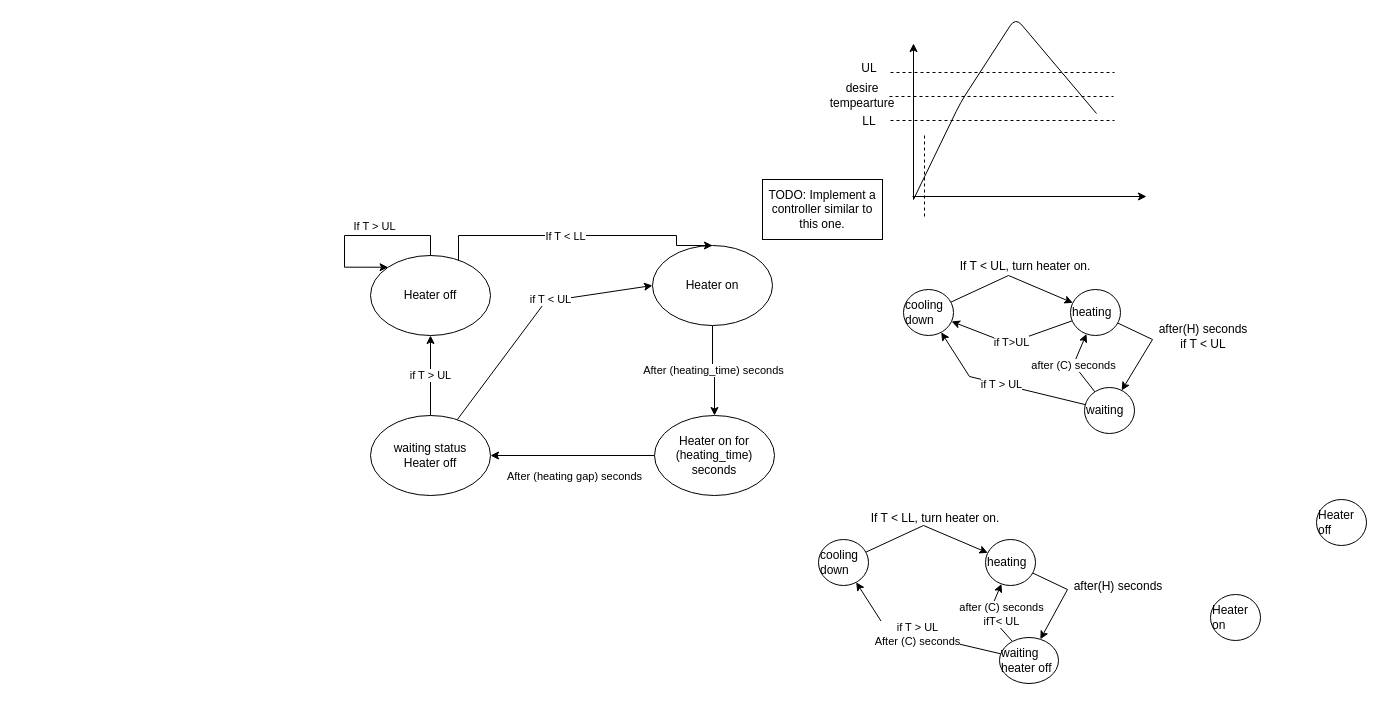
Earlier version of the draw.io diagram notes/meetings/20-11-2020 Hao Synch Incubator.drawio (INTO-CPS-Association/example_digital-twin_incubator). Source tidied: cells renumbered, new cells numbered last; positions are measured from the earlier drawing's top-left corner, leaving out a move shared by most shapes. Both pictures are drawn from the tidied source at 100%, with x=0, y=0 at pixel (344, 17).
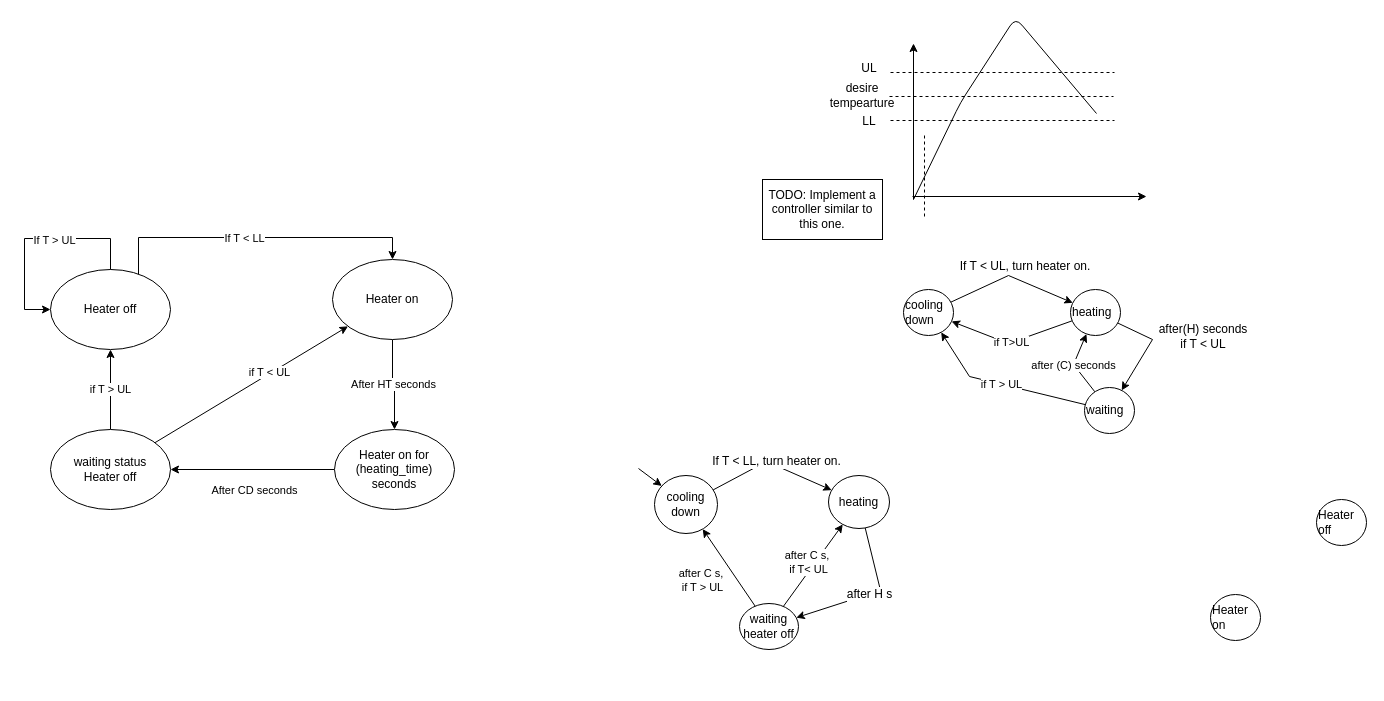
The same page after the edit.

The change refers to these unchanged cells:
```xml
<mxCell id="37" style="edgeStyle=orthogonalEdgeStyle;rounded=0;jettySize=auto;html=1;" parent="1" edge="1" source="39" target="43">
  <mxGeometry relative="1" as="geometry" />
</mxCell>
```

Change to the diagram source:
```diff
@@
-    <mxCell id="21" value="&lt;br&gt;If T &amp;lt; LL, turn heater on." style="text;html=1;strokeColor=none;fillColor=none;align=center;verticalAlign=middle;whiteSpace=wrap;rounded=0;" parent="1" vertex="1">
-      <mxGeometry x="491" y="480" width="200" height="26" as="geometry" />
-    </mxCell>
-    <mxCell id="22" style="rounded=0;jettySize=auto;html=1;" parent="1" edge="1" source="23" target="25">
-      <mxGeometry relative="1" as="geometry">
+    <mxCell id="22" value="&lt;span style=&quot;font-size: 12px&quot;&gt;If T &amp;lt; LL, turn heater on.&lt;/span&gt;" style="rounded=0;jettySize=auto;html=1;" parent="1" edge="1" source="23" target="25">
+      <mxGeometry x="-0.11" y="-6" relative="1" as="geometry">
         <Array as="points">
-          <mxPoint x="579" y="508" />
+          <mxPoint x="422" y="444" />
         </Array>
+        <mxPoint x="8" y="-6" as="offset" />
       </mxGeometry>
     </mxCell>
-    <mxCell id="23" value="cooling down" style="ellipse;whiteSpace=wrap;html=1;align=left;" parent="1" vertex="1">
-      <mxGeometry x="474" y="522" width="50" height="46" as="geometry" />
+    <mxCell id="23" value="cooling down" style="ellipse;whiteSpace=wrap;html=1;align=center;" parent="1" vertex="1">
+      <mxGeometry x="310" y="458" width="63" height="58" as="geometry" />
     </mxCell>
-    <mxCell id="24" style="edgeStyle=none;rounded=0;jettySize=auto;html=1;" parent="1" edge="1" source="25" target="29">
+    <mxCell id="24" value="&lt;span style=&quot;font-size: 12px&quot;&gt;after H s&lt;/span&gt;" style="edgeStyle=none;rounded=0;jettySize=auto;html=1;" parent="1" edge="1" source="25" target="29">
       <mxGeometry relative="1" as="geometry">
         <Array as="points">
-          <mxPoint x="723" y="572" />
+          <mxPoint x="536" y="573" />
         </Array>
       </mxGeometry>
     </mxCell>
-    <mxCell id="25" value="heating" style="ellipse;whiteSpace=wrap;html=1;align=left;" parent="1" vertex="1">
-      <mxGeometry x="641" y="522" width="50" height="46" as="geometry" />
+    <mxCell id="25" value="heating" style="ellipse;whiteSpace=wrap;html=1;align=center;" parent="1" vertex="1">
+      <mxGeometry x="484" y="458" width="61" height="53" as="geometry" />
     </mxCell>
-    <mxCell id="26" value="after(H) seconds" style="text;html=1;strokeColor=none;fillColor=none;align=center;verticalAlign=middle;whiteSpace=wrap;rounded=0;" parent="1" vertex="1">
-      <mxGeometry x="726" y="550" width="96" height="37" as="geometry" />
-    </mxCell>
-    <mxCell id="27" value="if T &amp;gt; UL&lt;br&gt;After (C) seconds" style="edgeStyle=none;rounded=0;jettySize=auto;html=1;" parent="1" edge="1" source="29" target="23">
-      <mxGeometry relative="1" as="geometry">
-        <Array as="points">
-          <mxPoint x="540" y="609" />
-        </Array>
-      </mxGeometry>
+    <mxCell id="27" value="after C s,&amp;nbsp;&lt;br&gt;if T &amp;gt; UL" style="edgeStyle=none;rounded=0;jettySize=auto;html=1;" parent="1" edge="1" source="29" target="23">
+      <mxGeometry x="0.09" y="29" relative="1" as="geometry" />
     </mxCell>
-    <mxCell id="28" value="after (C) seconds&lt;br&gt;ifT&amp;lt; UL" style="edgeStyle=none;rounded=0;jettySize=auto;html=1;" parent="1" edge="1" source="29" target="25">
-      <mxGeometry x="-0.21" y="-10" relative="1" as="geometry">
-        <Array as="points">
-          <mxPoint x="644" y="597" />
-        </Array>
+    <mxCell id="28" value="after C s,&amp;nbsp;&lt;br&gt;if T&amp;lt; UL" style="edgeStyle=none;rounded=0;jettySize=auto;html=1;" parent="1" edge="1" source="29" target="25">
+      <mxGeometry x="0.04" y="6" relative="1" as="geometry">
+        <mxPoint x="-1" y="3" as="offset" />
       </mxGeometry>
     </mxCell>
-    <mxCell id="29" value="waiting&lt;br&gt;heater off" style="ellipse;whiteSpace=wrap;html=1;align=left;" parent="1" vertex="1">
-      <mxGeometry x="655" y="620" width="59" height="46" as="geometry" />
+    <mxCell id="29" value="waiting&lt;br&gt;heater off" style="ellipse;whiteSpace=wrap;html=1;align=center;" parent="1" vertex="1">
+      <mxGeometry x="395" y="586" width="59" height="46" as="geometry" />
     </mxCell>
@@
-    <mxCell id="32" value="After (heating_time) seconds" style="edgeStyle=orthogonalEdgeStyle;rounded=0;jettySize=auto;html=1;" parent="1" edge="1" source="33" target="39">
+    <mxCell id="32" value="After HT seconds" style="edgeStyle=orthogonalEdgeStyle;rounded=0;jettySize=auto;html=1;" parent="1" edge="1" source="33" target="39">
       <mxGeometry relative="1" as="geometry" />
     </mxCell>
     <mxCell id="33" value="Heater on" style="ellipse;whiteSpace=wrap;html=1;" parent="1" vertex="1">
-      <mxGeometry x="308" y="228" width="120" height="80" as="geometry" />
+      <mxGeometry x="-12" y="242" width="120" height="80" as="geometry" />
     </mxCell>
     <mxCell id="34" style="edgeStyle=orthogonalEdgeStyle;rounded=0;jettySize=auto;html=1;entryX=0.5;entryY=0;entryDx=0;entryDy=0;" parent="1" edge="1" source="36" target="33">
       <mxGeometry relative="1" as="geometry">
         <Array as="points">
-          <mxPoint x="114" y="218" />
-          <mxPoint x="332" y="218" />
+          <mxPoint x="-206" y="220" />
+          <mxPoint x="48" y="220" />
         </Array>
       </mxGeometry>
     </mxCell>
@@
     <mxCell id="36" value="Heater off" style="ellipse;whiteSpace=wrap;html=1;" parent="1" vertex="1">
-      <mxGeometry x="26" y="238" width="120" height="80" as="geometry" />
+      <mxGeometry x="-294" y="252" width="120" height="80" as="geometry" />
     </mxCell>
@@
-    <mxCell id="38" value="After (heating gap) seconds" style="edgeLabel;html=1;align=center;verticalAlign=middle;" parent="37" vertex="1">
+    <mxCell id="38" value="After CD&amp;nbsp;seconds" style="edgeLabel;html=1;align=center;verticalAlign=middle;" parent="37" vertex="1">
       <mxGeometry x="-0.22" y="2" relative="1" as="geometry">
         <mxPoint x="-16.9" y="18" as="offset" />
       </mxGeometry>
     </mxCell>
     <mxCell id="39" value="Heater on for (heating_time) seconds" style="ellipse;whiteSpace=wrap;html=1;" parent="1" vertex="1">
-      <mxGeometry x="310" y="398" width="120" height="80" as="geometry" />
+      <mxGeometry x="-10" y="412" width="120" height="80" as="geometry" />
     </mxCell>
@@
-    <mxCell id="41" style="rounded=0;jettySize=auto;html=1;entryX=0;entryY=0.5;entryDx=0;entryDy=0;" parent="1" edge="1" source="43" target="33">
-      <mxGeometry relative="1" as="geometry">
-        <Array as="points">
-          <mxPoint x="201" y="284" />
-        </Array>
-      </mxGeometry>
+    <mxCell id="41" style="rounded=0;jettySize=auto;html=1;" parent="1" edge="1" source="43" target="33">
+      <mxGeometry relative="1" as="geometry" />
     </mxCell>
@@
     <mxCell id="43" value="waiting status&lt;br&gt;Heater off" style="ellipse;whiteSpace=wrap;html=1;" parent="1" vertex="1">
-      <mxGeometry x="26" y="398" width="120" height="80" as="geometry" />
+      <mxGeometry x="-294" y="412" width="120" height="80" as="geometry" />
     </mxCell>
-    <mxCell id="44" style="edgeStyle=orthogonalEdgeStyle;rounded=0;orthogonalLoop=1;jettySize=auto;html=1;entryX=0;entryY=0;entryDx=0;entryDy=0;" parent="1" edge="1" source="36" target="36">
+    <mxCell id="44" style="edgeStyle=orthogonalEdgeStyle;rounded=0;orthogonalLoop=1;jettySize=auto;html=1;entryX=0;entryY=0.5;entryDx=0;entryDy=0;" parent="1" edge="1" source="36" target="36">
       <mxGeometry relative="1" as="geometry">
         <Array as="points">
-          <mxPoint x="86" y="218" />
-          <mxPoint y="218" />
-          <mxPoint y="250" />
+          <mxPoint x="-234" y="221" />
+          <mxPoint x="-320" y="221" />
+          <mxPoint x="-320" y="292" />
         </Array>
       </mxGeometry>
     </mxCell>
     <mxCell id="45" value="If T &amp;gt; UL" style="edgeLabel;html=1;align=center;verticalAlign=middle;" parent="1" vertex="1">
-      <mxGeometry x="45" y="196" as="geometry">
+      <mxGeometry x="-275" y="210" as="geometry">
         <mxPoint x="-16" y="12" as="offset" />
       </mxGeometry>
     </mxCell>
@@
+    <mxCell id="48" style="edgeStyle=none;rounded=0;jettySize=auto;html=1;" parent="1" edge="1" target="23">
+      <mxGeometry relative="1" as="geometry">
+        <mxPoint x="294" y="451" as="sourcePoint" />
+      </mxGeometry>
+    </mxCell>
```
